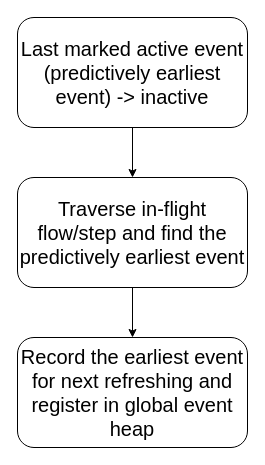
Above: rapidNetSim_paper/refresh_structure.drawio in caopeirui/app.diagrams.net (draw.io), before the change. Source tidied: cells renumbered, new cells numbered last; positions are measured from the earlier drawing's top-left corner, leaving out a move shared by most shapes. Both pictures are drawn from the tidied source at 100%, with x=0, y=0 at pixel (17, 17).
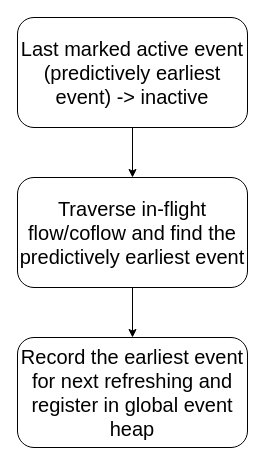
The same diagram, later.

The edit, as a diff of the source:
```diff
@@
 <mxGraphModel>
   <root>
     <mxCell id="0" />
     <mxCell id="1" parent="0" />
     <mxCell id="2" style="edgeStyle=orthogonalEdgeStyle;rounded=0;jettySize=auto;html=1;" parent="1" edge="1" source="3" target="5">
       <mxGeometry relative="1" as="geometry" />
     </mxCell>
     <mxCell id="3" value="&lt;font style=&quot;font-size: 20px&quot;&gt;Last marked active event (predictively earliest event) -&amp;gt; inactive&lt;/font&gt;" style="rounded=1;whiteSpace=wrap;html=1;fontSize=12;glass=0;strokeWidth=1;shadow=0;" parent="1" vertex="1">
       <mxGeometry width="230" height="110" as="geometry" />
     </mxCell>
     <mxCell id="4" style="edgeStyle=orthogonalEdgeStyle;rounded=0;jettySize=auto;html=1;" parent="1" edge="1" source="5" target="6">
       <mxGeometry relative="1" as="geometry" />
     </mxCell>
-    <mxCell id="5" value="&lt;font style=&quot;font-size: 20px&quot;&gt;Traverse in-flight flow/step and find the predictively earliest event&lt;/font&gt;" style="rounded=1;whiteSpace=wrap;html=1;fontSize=12;glass=0;strokeWidth=1;shadow=0;" parent="1" vertex="1">
+    <mxCell id="5" value="&lt;font style=&quot;font-size: 20px&quot;&gt;Traverse in-flight flow/coflow and find the predictively earliest event&lt;/font&gt;" style="rounded=1;whiteSpace=wrap;html=1;fontSize=12;glass=0;strokeWidth=1;shadow=0;" parent="1" vertex="1">
       <mxGeometry y="160" width="230" height="110" as="geometry" />
     </mxCell>
     <mxCell id="6" value="&lt;font style=&quot;font-size: 20px&quot;&gt;Record the earliest event for next refreshing and register in global event heap&lt;/font&gt;" style="rounded=1;whiteSpace=wrap;html=1;fontSize=12;glass=0;strokeWidth=1;shadow=0;" parent="1" vertex="1">
       <mxGeometry y="320" width="230" height="110" as="geometry" />
     </mxCell>
   </root>
 </mxGraphModel>
```
